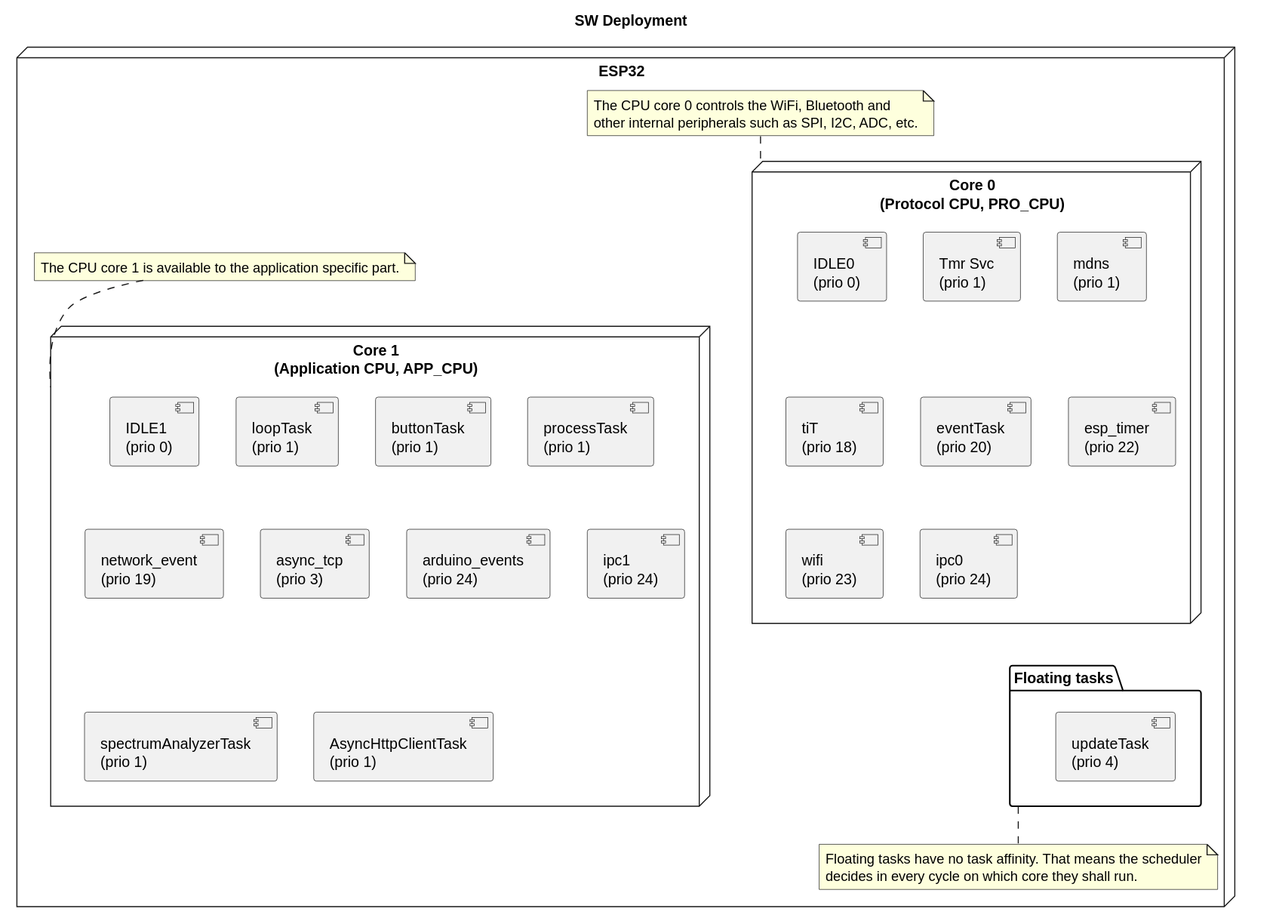
The PlantUML diagram doc/architecture/svg/deployment.svg in BlueAndi/Pixelix, before a commit.
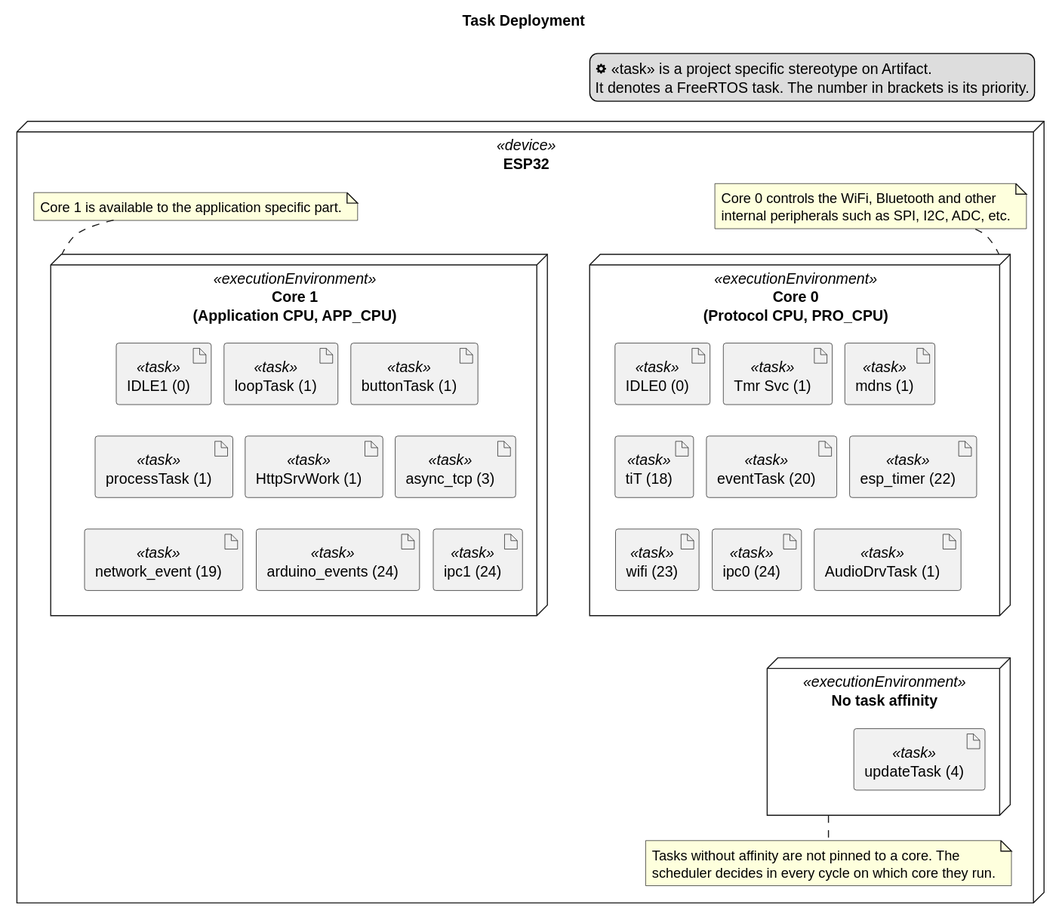
Above is the later version.

Diff of the diagram source:
```diff
@@ -1,55 +1,63 @@
 @startuml
-title SW Deployment
+title Task Deployment
 
-node "ESP32" {
 
-    node "Core 0\n(Protocol CPU, PRO_CPU)" as proCpu {
+skinparam nodesep 12
+skinparam ranksep 30
 
-        component "IDLE0\n(prio 0)" as idle1Task
-        component "Tmr Svc\n(prio 1)" as tmrSvcTask
-        component "mdns\n(prio 1)" as mdnsTask
-        component "tiT\n(prio 18)" as tiTTask
-        component "eventTask\n(prio 20)" as eventTask
-        component "esp_timer\n(prio 22)" as espTimerTask
-        component "wifi\n(prio 23)" as wifiTask
-        component "ipc0\n(prio 24)" as ipc0Task
+legend top right
+    <&cog> «task» is a project specific stereotype on Artifact.
+    It denotes a FreeRTOS task. The number in brackets is its priority.
+endlegend
+
+node "ESP32" <<device>> as esp32 {
+
+    node "Core 0\n(Protocol CPU, PRO_CPU)" <<executionEnvironment>> as proCpu {
+
+        artifact "IDLE0 (0)" <<task>> as idle0Task
+        artifact "Tmr Svc (1)" <<task>> as tmrSvcTask
+        artifact "mdns (1)" <<task>> as mdnsTask
+        artifact "tiT (18)" <<task>> as tiTTask
+        artifact "eventTask (20)" <<task>> as eventTask
+        artifact "esp_timer (22)" <<task>> as espTimerTask
+        artifact "wifi (23)" <<task>> as wifiTask
+        artifact "ipc0 (24)" <<task>> as ipc0Task
+        artifact "AudioDrvTask (1)" <<task>> as audioDrvTask
     }
 
-    node "Core 1\n(Application CPU, APP_CPU)" as appCpu {
+    node "Core 1\n(Application CPU, APP_CPU)" <<executionEnvironment>> as appCpu {
 
-        component "IDLE1\n(prio 0)" as idle0Task
-        component "loopTask\n(prio 1)" as loopTask
-        component "buttonTask\n(prio 1)" as buttonTask
-        component "processTask\n(prio 1)" as processTask
-        component "network_event\n(prio 19)" as networkEventTask
-        component "async_tcp\n(prio 3)" as asyncTcpTask
-
-        component "arduino_events\n(prio 24)" as arduinoEvents
-
-        component "ipc1\n(prio 24)" as ipc1Task
-        component "spectrumAnalyzerTask\n(prio 1)" as spectrumAnalyzerTask
-        component "AsyncHttpClientTask\n(prio 1)" as asyncHttpClientTask
+        artifact "IDLE1 (0)" <<task>> as idle1Task
+        artifact "loopTask (1)" <<task>> as loopTask
+        artifact "buttonTask (1)" <<task>> as buttonTask
+        artifact "processTask (1)" <<task>> as processTask
+        artifact "HttpSrvWork (1)" <<task>> as httpSrvWorkTask
+        artifact "async_tcp (3)" <<task>> as asyncTcpTask
+        artifact "network_event (19)" <<task>> as networkEventTask
+        artifact "arduino_events (24)" <<task>> as arduinoEventsTask
+        artifact "ipc1 (24)" <<task>> as ipc1Task
     }
 
-    package "Floating tasks" as floatingTasks {
-        component "updateTask\n(prio 4)" as updateTask
+    node "No task affinity" <<executionEnvironment>> as floating {
+
+        artifact "updateTask (4)" <<task>> as updateTask
     }
 
     note top of proCpu
-        The CPU core 0 controls the WiFi, Bluetooth and
-        other internal peripherals such as SPI, I2C, ADC, etc.
+        Core 0 controls the WiFi, Bluetooth and other
+        internal peripherals such as SPI, I2C, ADC, etc.
     end note
 
     note top of appCpu
-        The CPU core 1 is available to the application specific part.
+        Core 1 is available to the application specific part.
     end note
 
-    note bottom of floatingTasks
-        Floating tasks have no task affinity. That means the scheduler
-        decides in every cycle on which core they shall run.
+    note bottom of floating
+        Tasks without affinity are not pinned to a core. The
+        scheduler decides in every cycle on which core they run.
     end note
 
-    proCpu -[hidden]- appCpu
-    proCpu -[hidden]--- floatingTasks
+    proCpu -[hidden]right- appCpu
+    proCpu -[hidden]--- floating
 }
 @enduml
```
